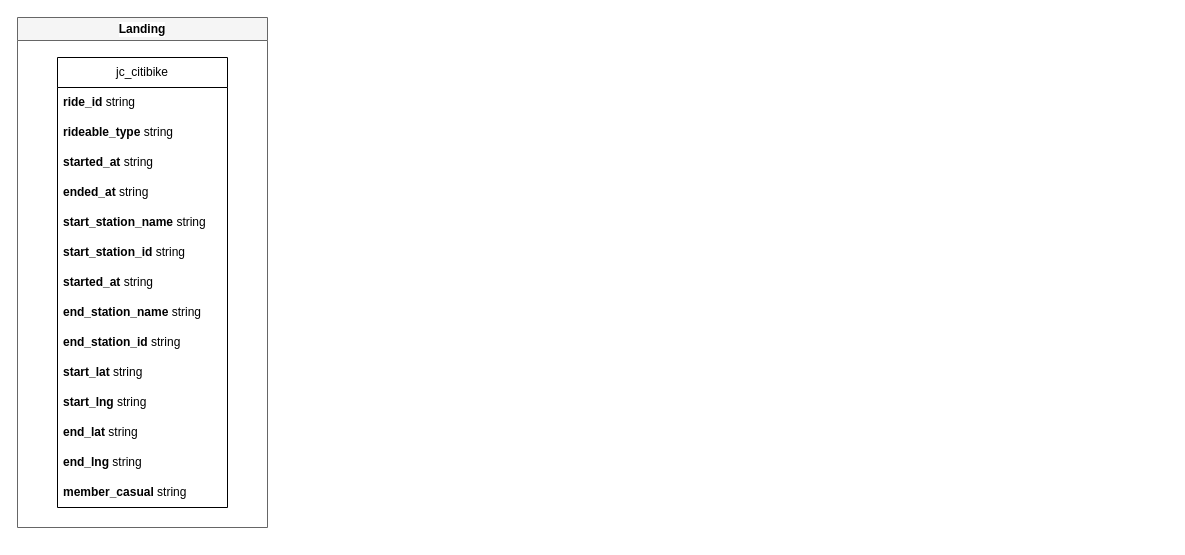
sunkken/databricks_dab_citibike keeps this draw.io diagram as docs/citibike_project_diagram.drawio. Above is the earlier version. Source tidied: cells renumbered, new cells numbered last; positions are measured from the earlier drawing's top-left corner, leaving out a move shared by most shapes. Both pictures are drawn from the tidied source at 100%, with x=0, y=0 at pixel (17, 17). Pictures stored in the file or linked from it are replaced by grey dashed boxes.
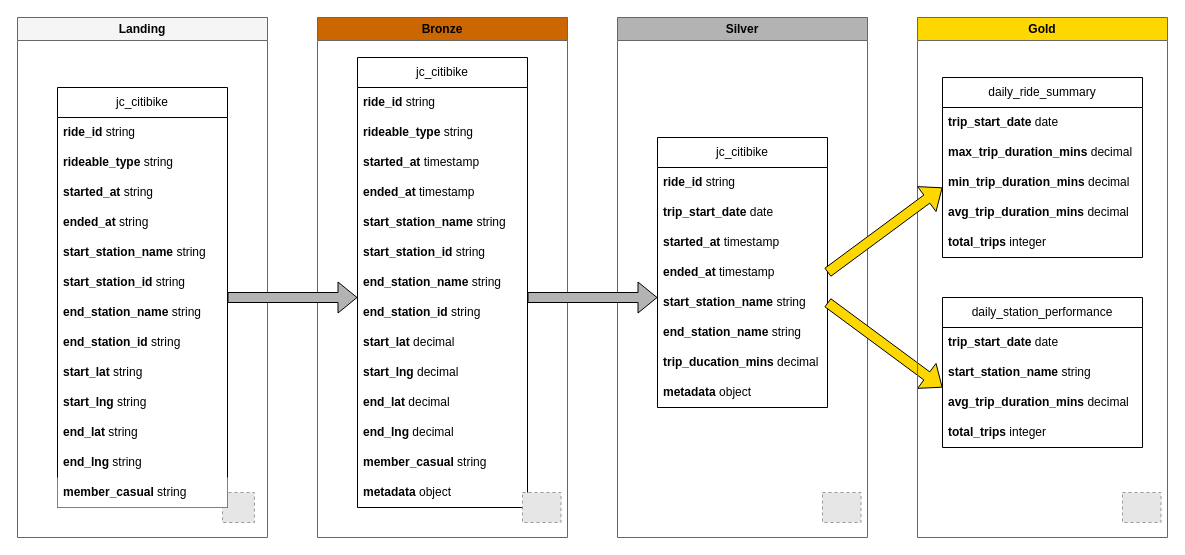
Above is the later version.

Commit message (it also covers changes not shown here):
add bronze ingestion notebook stub

The edit, as a diff of the source:
```diff
@@
-    <mxCell id="2" value="Landing" style="swimlane;whiteSpace=wrap;html=1;fillColor=#f5f5f5;fontColor=default;strokeColor=#666666;labelBackgroundColor=default;" parent="1" vertex="1">
-      <mxGeometry width="250" height="510" as="geometry" />
+    <mxCell id="2" value="Landing" style="swimlane;whiteSpace=wrap;html=1;fillColor=#f5f5f5;fontColor=default;strokeColor=#666666;labelBackgroundColor=none;startSize=23;" parent="1" vertex="1">
+      <mxGeometry width="250" height="520" as="geometry" />
     </mxCell>
+    <mxCell id="18" style="fillColor=#E6E6E6;strokeColor=#999999;dashed=1;verticalLabelPosition=bottom;labelBackgroundColor=default;verticalAlign=top;" parent="2" vertex="1">
+      <mxGeometry x="205" y="475" width="31.9" height="30" as="geometry" />
+    </mxCell>
-    <mxCell id="3" value="jc_citibike" style="swimlane;fontStyle=0;horizontal=1;startSize=30;whiteSpace=wrap;html=1;" parent="2" vertex="1">
-      <mxGeometry x="40" y="40" width="170" height="450" as="geometry" />
+    <mxCell id="3" value="jc_citibike" style="swimlane;fontStyle=0;horizontal=1;startSize=30;whiteSpace=wrap;html=1;labelBackgroundColor=none;" parent="2" vertex="1">
+      <mxGeometry x="40" y="70" width="170" height="420" as="geometry" />
     </mxCell>
@@
-    <mxCell id="10" value="&lt;b&gt;started_at &lt;/b&gt;string" style="text;strokeColor=none;fillColor=none;align=left;verticalAlign=middle;spacingLeft=4;spacingRight=4;overflow=hidden;whiteSpace=wrap;html=1;" parent="3" vertex="1">
-      <mxGeometry y="210" width="170" height="30" as="geometry" />
-    </mxCell>
     <mxCell id="11" value="&lt;b&gt;end_station_name&amp;nbsp;&lt;/b&gt;string" style="text;strokeColor=none;fillColor=none;align=left;verticalAlign=middle;spacingLeft=4;spacingRight=4;overflow=hidden;whiteSpace=wrap;html=1;" parent="3" vertex="1">
-      <mxGeometry y="240" width="170" height="30" as="geometry" />
+      <mxGeometry y="210" width="170" height="30" as="geometry" />
     </mxCell>
     <mxCell id="12" value="&lt;b&gt;end_station_id&amp;nbsp;&lt;/b&gt;string" style="text;strokeColor=none;fillColor=none;align=left;verticalAlign=middle;spacingLeft=4;spacingRight=4;overflow=hidden;whiteSpace=wrap;html=1;" parent="3" vertex="1">
-      <mxGeometry y="270" width="170" height="30" as="geometry" />
+      <mxGeometry y="240" width="170" height="30" as="geometry" />
     </mxCell>
     <mxCell id="13" value="&lt;b&gt;start_lat&amp;nbsp;&lt;/b&gt;string" style="text;strokeColor=none;fillColor=none;align=left;verticalAlign=middle;spacingLeft=4;spacingRight=4;overflow=hidden;whiteSpace=wrap;html=1;" parent="3" vertex="1">
-      <mxGeometry y="300" width="170" height="30" as="geometry" />
+      <mxGeometry y="270" width="170" height="30" as="geometry" />
     </mxCell>
     <mxCell id="14" value="&lt;b&gt;start_lng&amp;nbsp;&lt;/b&gt;string" style="text;strokeColor=none;fillColor=none;align=left;verticalAlign=middle;spacingLeft=4;spacingRight=4;overflow=hidden;whiteSpace=wrap;html=1;" parent="3" vertex="1">
-      <mxGeometry y="330" width="170" height="30" as="geometry" />
+      <mxGeometry y="300" width="170" height="30" as="geometry" />
     </mxCell>
     <mxCell id="15" value="&lt;b&gt;end_lat&amp;nbsp;&lt;/b&gt;string" style="text;strokeColor=none;fillColor=none;align=left;verticalAlign=middle;spacingLeft=4;spacingRight=4;overflow=hidden;whiteSpace=wrap;html=1;" parent="3" vertex="1">
-      <mxGeometry y="360" width="170" height="30" as="geometry" />
+      <mxGeometry y="330" width="170" height="30" as="geometry" />
     </mxCell>
     <mxCell id="16" value="&lt;b&gt;end_lng&amp;nbsp;&lt;/b&gt;string" style="text;strokeColor=none;fillColor=none;align=left;verticalAlign=middle;spacingLeft=4;spacingRight=4;overflow=hidden;whiteSpace=wrap;html=1;" parent="3" vertex="1">
-      <mxGeometry y="390" width="170" height="30" as="geometry" />
+      <mxGeometry y="360" width="170" height="30" as="geometry" />
     </mxCell>
-    <mxCell id="17" value="&lt;b&gt;member_casual&amp;nbsp;&lt;/b&gt;string" style="text;strokeColor=none;fillColor=none;align=left;verticalAlign=middle;spacingLeft=4;spacingRight=4;overflow=hidden;whiteSpace=wrap;html=1;" parent="3" vertex="1">
-      <mxGeometry y="420" width="170" height="30" as="geometry" />
+    <mxCell id="17" value="&lt;b&gt;member_casual&amp;nbsp;&lt;/b&gt;string" style="text;strokeColor=none;fillColor=default;align=left;verticalAlign=middle;spacingLeft=4;spacingRight=4;overflow=hidden;whiteSpace=wrap;html=1;" parent="3" vertex="1">
+      <mxGeometry y="390" width="170" height="30" as="geometry" />
     </mxCell>
+    <mxCell id="19" value="Bronze" style="swimlane;whiteSpace=wrap;html=1;fillColor=#CC6600;fontColor=default;strokeColor=#666666;labelBackgroundColor=none;" parent="1" vertex="1">
+      <mxGeometry x="300" width="250" height="520" as="geometry" />
+    </mxCell>
+    <mxCell id="20" value="jc_citibike" style="swimlane;fontStyle=0;horizontal=1;startSize=30;whiteSpace=wrap;html=1;" parent="19" vertex="1">
+      <mxGeometry x="40" y="40" width="170" height="450" as="geometry" />
+    </mxCell>
+    <mxCell id="21" value="&lt;b&gt;ride_id&lt;/b&gt; string" style="text;strokeColor=none;fillColor=none;align=left;verticalAlign=middle;spacingLeft=4;spacingRight=4;overflow=hidden;whiteSpace=wrap;html=1;" parent="20" vertex="1">
+      <mxGeometry y="30" width="170" height="30" as="geometry" />
+    </mxCell>
+    <mxCell id="22" value="&lt;b&gt;rideable_type &lt;/b&gt;string" style="text;strokeColor=none;fillColor=none;align=left;verticalAlign=middle;spacingLeft=4;spacingRight=4;overflow=hidden;whiteSpace=wrap;html=1;" parent="20" vertex="1">
+      <mxGeometry y="60" width="170" height="30" as="geometry" />
+    </mxCell>
+    <mxCell id="23" value="&lt;b&gt;started_at &lt;/b&gt;timestamp" style="text;strokeColor=none;fillColor=none;align=left;verticalAlign=middle;spacingLeft=4;spacingRight=4;overflow=hidden;whiteSpace=wrap;html=1;" parent="20" vertex="1">
+      <mxGeometry y="90" width="170" height="30" as="geometry" />
+    </mxCell>
+    <mxCell id="24" value="&lt;b&gt;ended_at&amp;nbsp;&lt;/b&gt;&lt;span style=&quot;color: rgb(0, 0, 0);&quot;&gt;timestamp&lt;/span&gt;" style="text;strokeColor=none;fillColor=none;align=left;verticalAlign=middle;spacingLeft=4;spacingRight=4;overflow=hidden;whiteSpace=wrap;html=1;" parent="20" vertex="1">
+      <mxGeometry y="120" width="170" height="30" as="geometry" />
+    </mxCell>
+    <mxCell id="25" value="&lt;b&gt;start_station_name&amp;nbsp;&lt;/b&gt;string" style="text;strokeColor=none;fillColor=none;align=left;verticalAlign=middle;spacingLeft=4;spacingRight=4;overflow=hidden;whiteSpace=wrap;html=1;" parent="20" vertex="1">
+      <mxGeometry y="150" width="170" height="30" as="geometry" />
+    </mxCell>
+    <mxCell id="26" value="&lt;b&gt;start_station_id&amp;nbsp;&lt;/b&gt;string" style="text;strokeColor=none;fillColor=none;align=left;verticalAlign=middle;spacingLeft=4;spacingRight=4;overflow=hidden;whiteSpace=wrap;html=1;" parent="20" vertex="1">
+      <mxGeometry y="180" width="170" height="30" as="geometry" />
+    </mxCell>
+    <mxCell id="27" value="&lt;b&gt;end_station_name&amp;nbsp;&lt;/b&gt;string" style="text;strokeColor=none;fillColor=none;align=left;verticalAlign=middle;spacingLeft=4;spacingRight=4;overflow=hidden;whiteSpace=wrap;html=1;" parent="20" vertex="1">
+      <mxGeometry y="210" width="170" height="30" as="geometry" />
+    </mxCell>
+    <mxCell id="28" value="&lt;b&gt;end_station_id&amp;nbsp;&lt;/b&gt;string" style="text;strokeColor=none;fillColor=none;align=left;verticalAlign=middle;spacingLeft=4;spacingRight=4;overflow=hidden;whiteSpace=wrap;html=1;" parent="20" vertex="1">
+      <mxGeometry y="240" width="170" height="30" as="geometry" />
+    </mxCell>
+    <mxCell id="29" value="&lt;b&gt;start_lat&amp;nbsp;&lt;/b&gt;decimal" style="text;strokeColor=none;fillColor=none;align=left;verticalAlign=middle;spacingLeft=4;spacingRight=4;overflow=hidden;whiteSpace=wrap;html=1;" parent="20" vertex="1">
+      <mxGeometry y="270" width="170" height="30" as="geometry" />
+    </mxCell>
+    <mxCell id="30" value="&lt;b&gt;start_lng&amp;nbsp;&lt;/b&gt;&lt;span style=&quot;color: rgb(0, 0, 0);&quot;&gt;decimal&lt;/span&gt;" style="text;strokeColor=none;fillColor=none;align=left;verticalAlign=middle;spacingLeft=4;spacingRight=4;overflow=hidden;whiteSpace=wrap;html=1;" parent="20" vertex="1">
+      <mxGeometry y="300" width="170" height="30" as="geometry" />
+    </mxCell>
+    <mxCell id="31" value="&lt;b&gt;end_lat&amp;nbsp;&lt;/b&gt;&lt;span style=&quot;color: rgb(0, 0, 0);&quot;&gt;decimal&lt;/span&gt;" style="text;strokeColor=none;fillColor=none;align=left;verticalAlign=middle;spacingLeft=4;spacingRight=4;overflow=hidden;whiteSpace=wrap;html=1;" parent="20" vertex="1">
+      <mxGeometry y="330" width="170" height="30" as="geometry" />
+    </mxCell>
+    <mxCell id="32" value="&lt;b&gt;end_lng&amp;nbsp;&lt;/b&gt;&lt;span style=&quot;color: rgb(0, 0, 0);&quot;&gt;decimal&lt;/span&gt;" style="text;strokeColor=none;fillColor=none;align=left;verticalAlign=middle;spacingLeft=4;spacingRight=4;overflow=hidden;whiteSpace=wrap;html=1;" parent="20" vertex="1">
+      <mxGeometry y="360" width="170" height="30" as="geometry" />
+    </mxCell>
+    <mxCell id="33" value="&lt;b&gt;member_casual&amp;nbsp;&lt;/b&gt;string" style="text;strokeColor=none;fillColor=none;align=left;verticalAlign=middle;spacingLeft=4;spacingRight=4;overflow=hidden;whiteSpace=wrap;html=1;" parent="20" vertex="1">
+      <mxGeometry y="390" width="170" height="30" as="geometry" />
+    </mxCell>
+    <mxCell id="34" value="&lt;b&gt;metadata&lt;/b&gt;&amp;nbsp;object" style="text;strokeColor=none;fillColor=none;align=left;verticalAlign=middle;spacingLeft=4;spacingRight=4;overflow=hidden;whiteSpace=wrap;html=1;" parent="20" vertex="1">
+      <mxGeometry y="420" width="170" height="30" as="geometry" />
+    </mxCell>
+    <mxCell id="35" style="fillColor=#E6E6E6;strokeColor=#999999;dashed=1;verticalLabelPosition=bottom;labelBackgroundColor=default;verticalAlign=top;" parent="19" vertex="1">
+      <mxGeometry x="205" y="475" width="38.5" height="30" as="geometry" />
+    </mxCell>
+    <mxCell id="36" value="Silver" style="swimlane;whiteSpace=wrap;html=1;fillColor=#B3B3B3;fontColor=default;strokeColor=#666666;labelBackgroundColor=none;" parent="1" vertex="1">
+      <mxGeometry x="600" width="250" height="520" as="geometry" />
+    </mxCell>
+    <mxCell id="37" style="fillColor=#E6E6E6;strokeColor=#999999;dashed=1;verticalLabelPosition=bottom;labelBackgroundColor=default;verticalAlign=top;" parent="36" vertex="1">
+      <mxGeometry x="205" y="475" width="38.5" height="30" as="geometry" />
+    </mxCell>
+    <mxCell id="38" value="jc_citibike" style="swimlane;fontStyle=0;horizontal=1;startSize=30;whiteSpace=wrap;html=1;" parent="36" vertex="1">
+      <mxGeometry x="40" y="120" width="170" height="270" as="geometry" />
+    </mxCell>
+    <mxCell id="39" value="&lt;b&gt;ride_id&lt;/b&gt; string" style="text;strokeColor=none;fillColor=none;align=left;verticalAlign=middle;spacingLeft=4;spacingRight=4;overflow=hidden;whiteSpace=wrap;html=1;" parent="38" vertex="1">
+      <mxGeometry y="30" width="170" height="30" as="geometry" />
+    </mxCell>
+    <mxCell id="40" value="&lt;b&gt;trip_start_date&amp;nbsp;&lt;/b&gt;date" style="text;strokeColor=none;fillColor=none;align=left;verticalAlign=middle;spacingLeft=4;spacingRight=4;overflow=hidden;whiteSpace=wrap;html=1;" parent="38" vertex="1">
+      <mxGeometry y="60" width="170" height="30" as="geometry" />
+    </mxCell>
+    <mxCell id="41" value="&lt;b&gt;started_at &lt;/b&gt;timestamp" style="text;strokeColor=none;fillColor=none;align=left;verticalAlign=middle;spacingLeft=4;spacingRight=4;overflow=hidden;whiteSpace=wrap;html=1;" parent="38" vertex="1">
+      <mxGeometry y="90" width="170" height="30" as="geometry" />
+    </mxCell>
+    <mxCell id="42" value="&lt;b&gt;ended_at&amp;nbsp;&lt;/b&gt;&lt;span style=&quot;color: rgb(0, 0, 0);&quot;&gt;timestamp&lt;/span&gt;" style="text;strokeColor=none;fillColor=none;align=left;verticalAlign=middle;spacingLeft=4;spacingRight=4;overflow=hidden;whiteSpace=wrap;html=1;labelBackgroundColor=none;" parent="38" vertex="1">
+      <mxGeometry y="120" width="170" height="30" as="geometry" />
+    </mxCell>
+    <mxCell id="43" value="&lt;b&gt;start_station_name&amp;nbsp;&lt;/b&gt;string" style="text;strokeColor=none;fillColor=none;align=left;verticalAlign=middle;spacingLeft=4;spacingRight=4;overflow=hidden;whiteSpace=wrap;html=1;" parent="38" vertex="1">
+      <mxGeometry y="150" width="170" height="30" as="geometry" />
+    </mxCell>
+    <mxCell id="44" value="&lt;b&gt;end_station_name&amp;nbsp;&lt;/b&gt;string" style="text;strokeColor=none;fillColor=none;align=left;verticalAlign=middle;spacingLeft=4;spacingRight=4;overflow=hidden;whiteSpace=wrap;html=1;" parent="38" vertex="1">
+      <mxGeometry y="180" width="170" height="30" as="geometry" />
+    </mxCell>
+    <mxCell id="45" value="&lt;b&gt;trip_ducation_mins&amp;nbsp;&lt;/b&gt;decimal" style="text;strokeColor=none;fillColor=none;align=left;verticalAlign=middle;spacingLeft=4;spacingRight=4;overflow=hidden;whiteSpace=wrap;html=1;" parent="38" vertex="1">
+      <mxGeometry y="210" width="170" height="30" as="geometry" />
+    </mxCell>
+    <mxCell id="46" value="&lt;b&gt;metadata&amp;nbsp;&lt;/b&gt;&lt;span style=&quot;color: rgb(0, 0, 0);&quot;&gt;object&lt;/span&gt;" style="text;strokeColor=none;fillColor=none;align=left;verticalAlign=middle;spacingLeft=4;spacingRight=4;overflow=hidden;whiteSpace=wrap;html=1;" parent="38" vertex="1">
+      <mxGeometry y="240" width="170" height="30" as="geometry" />
+    </mxCell>
+    <mxCell id="47" style="shape=flexArrow;endArrow=classic;html=1;fillColor=#FFD700;entryX=-0.015;entryY=1.053;entryDx=0;entryDy=0;entryPerimeter=0;width=10;exitX=1;exitY=0.5;exitDx=0;exitDy=0;" parent="36" edge="1">
+      <mxGeometry relative="1" as="geometry">
+        <mxPoint x="210" y="285" as="sourcePoint" />
+        <mxPoint x="325" y="370" as="targetPoint" />
+      </mxGeometry>
+    </mxCell>
+    <mxCell id="48" value="Gold" style="swimlane;whiteSpace=wrap;html=1;fillColor=#FFD700;fontColor=default;strokeColor=#666666;labelBackgroundColor=none;" parent="1" vertex="1">
+      <mxGeometry x="900" width="250" height="520" as="geometry" />
+    </mxCell>
+    <mxCell id="49" value="daily_ride_summary" style="swimlane;fontStyle=0;horizontal=1;startSize=30;whiteSpace=wrap;html=1;" parent="48" vertex="1">
+      <mxGeometry x="25" y="60" width="200" height="180" as="geometry" />
+    </mxCell>
+    <mxCell id="50" value="&lt;b&gt;trip_start_date&amp;nbsp;&lt;/b&gt;date" style="text;strokeColor=none;fillColor=none;align=left;verticalAlign=middle;spacingLeft=4;spacingRight=4;overflow=hidden;whiteSpace=wrap;html=1;" parent="49" vertex="1">
+      <mxGeometry y="30" width="200" height="30" as="geometry" />
+    </mxCell>
+    <mxCell id="51" value="&lt;b&gt;max_trip_duration_mins&amp;nbsp;&lt;/b&gt;decimal" style="text;strokeColor=none;fillColor=none;align=left;verticalAlign=middle;spacingLeft=4;spacingRight=4;overflow=hidden;whiteSpace=wrap;html=1;" parent="49" vertex="1">
+      <mxGeometry y="60" width="200" height="30" as="geometry" />
+    </mxCell>
+    <mxCell id="52" value="&lt;b&gt;min_trip_duration_mins&amp;nbsp;&lt;/b&gt;&lt;span style=&quot;color: rgb(0, 0, 0);&quot;&gt;decimal&lt;/span&gt;" style="text;strokeColor=none;fillColor=none;align=left;verticalAlign=middle;spacingLeft=4;spacingRight=4;overflow=hidden;whiteSpace=wrap;html=1;" parent="49" vertex="1">
+      <mxGeometry y="90" width="200" height="30" as="geometry" />
+    </mxCell>
+    <mxCell id="53" value="&lt;b&gt;avg_trip_duration_mins&amp;nbsp;&lt;/b&gt;decimal" style="text;strokeColor=none;fillColor=none;align=left;verticalAlign=middle;spacingLeft=4;spacingRight=4;overflow=hidden;whiteSpace=wrap;html=1;" parent="49" vertex="1">
+      <mxGeometry y="120" width="200" height="30" as="geometry" />
+    </mxCell>
+    <mxCell id="54" value="&lt;b&gt;total_trips&amp;nbsp;&lt;/b&gt;integer" style="text;strokeColor=none;fillColor=none;align=left;verticalAlign=middle;spacingLeft=4;spacingRight=4;overflow=hidden;whiteSpace=wrap;html=1;" parent="49" vertex="1">
+      <mxGeometry y="150" width="200" height="30" as="geometry" />
+    </mxCell>
+    <mxCell id="55" style="fillColor=#E6E6E6;strokeColor=#999999;dashed=1;verticalLabelPosition=bottom;labelBackgroundColor=default;verticalAlign=top;" parent="48" vertex="1">
+      <mxGeometry x="205" y="475" width="38.5" height="30" as="geometry" />
+    </mxCell>
+    <mxCell id="56" value="daily_station_performance" style="swimlane;fontStyle=0;horizontal=1;startSize=30;whiteSpace=wrap;html=1;" parent="48" vertex="1">
+      <mxGeometry x="25" y="280" width="200" height="150" as="geometry" />
+    </mxCell>
+    <mxCell id="57" value="&lt;b&gt;trip_start_date&amp;nbsp;&lt;/b&gt;date" style="text;strokeColor=none;fillColor=none;align=left;verticalAlign=middle;spacingLeft=4;spacingRight=4;overflow=hidden;whiteSpace=wrap;html=1;" parent="56" vertex="1">
+      <mxGeometry y="30" width="200" height="30" as="geometry" />
+    </mxCell>
+    <mxCell id="58" value="&lt;b&gt;start_station_name&amp;nbsp;&lt;/b&gt;string" style="text;strokeColor=none;fillColor=none;align=left;verticalAlign=middle;spacingLeft=4;spacingRight=4;overflow=hidden;whiteSpace=wrap;html=1;" parent="56" vertex="1">
+      <mxGeometry y="60" width="200" height="30" as="geometry" />
+    </mxCell>
+    <mxCell id="59" value="&lt;b&gt;avg_trip_duration_mins&amp;nbsp;&lt;/b&gt;decimal" style="text;strokeColor=none;fillColor=none;align=left;verticalAlign=middle;spacingLeft=4;spacingRight=4;overflow=hidden;whiteSpace=wrap;html=1;" parent="56" vertex="1">
+      <mxGeometry y="90" width="200" height="30" as="geometry" />
+    </mxCell>
+    <mxCell id="60" value="&lt;b&gt;total_trips&amp;nbsp;&lt;/b&gt;integer" style="text;strokeColor=none;fillColor=none;align=left;verticalAlign=middle;spacingLeft=4;spacingRight=4;overflow=hidden;whiteSpace=wrap;html=1;" parent="56" vertex="1">
+      <mxGeometry y="120" width="200" height="30" as="geometry" />
+    </mxCell>
+    <mxCell id="61" style="shape=flexArrow;endArrow=classic;html=1;fillColor=#FFD700;width=10;" parent="1" edge="1">
+      <mxGeometry relative="1" as="geometry">
+        <mxPoint x="810" y="255" as="sourcePoint" />
+        <mxPoint x="925" y="170" as="targetPoint" />
+      </mxGeometry>
+    </mxCell>
+    <mxCell id="62" style="shape=flexArrow;endArrow=classic;html=1;fillColor=#B3B3B3;entryX=0.002;entryY=0.994;entryDx=0;entryDy=0;entryPerimeter=0;width=10;" parent="1" edge="1">
+      <mxGeometry relative="1" as="geometry">
+        <mxPoint x="510" y="280" as="sourcePoint" />
+        <mxPoint x="640" y="280" as="targetPoint" />
+      </mxGeometry>
+    </mxCell>
+    <mxCell id="63" style="shape=flexArrow;endArrow=classic;html=1;fillColor=#B3B3B3;entryX=0.002;entryY=0.994;entryDx=0;entryDy=0;entryPerimeter=0;width=10;" parent="1" edge="1">
+      <mxGeometry relative="1" as="geometry">
+        <mxPoint x="210" y="280" as="sourcePoint" />
+        <mxPoint x="340" y="280" as="targetPoint" />
+      </mxGeometry>
+    </mxCell>
```
